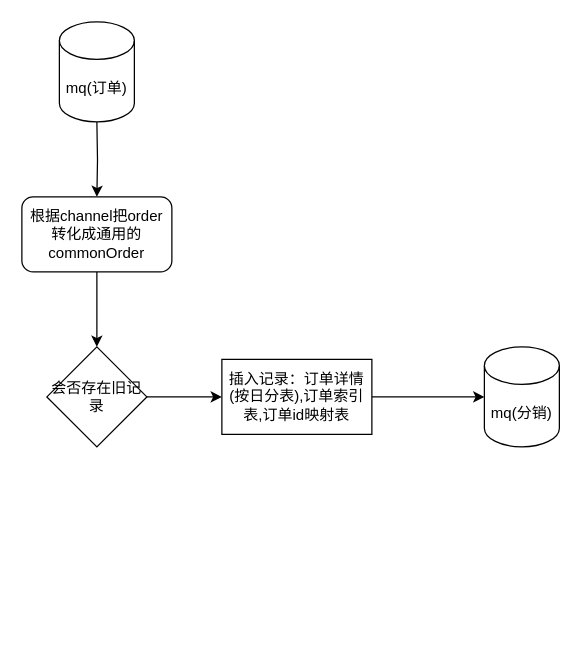
Earlier version of the draw.io diagram miyuan/消费订单.drawio (smallleaf/draw.io). Source tidied: cells renumbered, new cells numbered last; positions are measured from the earlier drawing's top-left corner, leaving out a move shared by most shapes. Both pictures are drawn from the tidied source at 125%, with x=0, y=0 at pixel (21, 21).
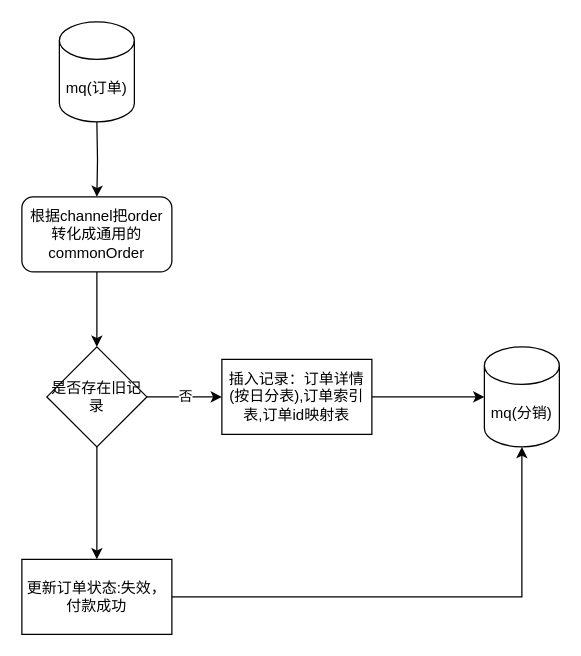
Above is the later version.

Commit message (it also covers changes not shown here):
更新消费订单.drawio

The edit, as a diff of the source:
```diff
@@
 <mxGraphModel>
   <root>
     <mxCell id="0" />
     <mxCell id="1" parent="0" />
     <mxCell id="2" style="edgeStyle=orthogonalEdgeStyle;rounded=0;jettySize=auto;html=1;" parent="1" edge="1" target="4">
       <mxGeometry relative="1" as="geometry">
         <mxPoint x="60" y="80" as="sourcePoint" />
       </mxGeometry>
     </mxCell>
     <mxCell id="3" style="edgeStyle=orthogonalEdgeStyle;rounded=0;jettySize=auto;html=1;" parent="1" edge="1" source="4" target="6">
       <mxGeometry relative="1" as="geometry" />
     </mxCell>
     <mxCell id="4" value="根据channel把order转化成通用的commonOrder" style="rounded=1;whiteSpace=wrap;html=1;" parent="1" vertex="1">
       <mxGeometry y="140" width="120" height="60" as="geometry" />
     </mxCell>
     <mxCell id="5" style="edgeStyle=orthogonalEdgeStyle;rounded=0;jettySize=auto;html=1;" parent="1" edge="1" source="6" target="8">
       <mxGeometry relative="1" as="geometry" />
     </mxCell>
+    <mxCell id="11" value="否" style="edgeLabel;html=1;align=center;verticalAlign=middle;" parent="5" vertex="1">
+      <mxGeometry y="1" relative="1" as="geometry" />
+    </mxCell>
+    <mxCell id="12" style="edgeStyle=orthogonalEdgeStyle;rounded=0;jettySize=auto;html=1;" parent="1" edge="1" source="6" target="13">
+      <mxGeometry relative="1" as="geometry" />
+    </mxCell>
-    <mxCell id="6" value="会否存在旧记录" style="rhombus;whiteSpace=wrap;html=1;" parent="1" vertex="1">
+    <mxCell id="6" value="是否存在旧记录" style="rhombus;whiteSpace=wrap;html=1;" parent="1" vertex="1">
       <mxGeometry x="20" y="260" width="80" height="80" as="geometry" />
     </mxCell>
     <mxCell id="7" style="edgeStyle=orthogonalEdgeStyle;rounded=0;jettySize=auto;html=1;exitX=1;exitY=0.5;exitDx=0;exitDy=0;" parent="1" edge="1" source="8" target="9">
       <mxGeometry relative="1" as="geometry" />
     </mxCell>
     <mxCell id="8" value="插入记录：订单详情(按日分表),订单索引表,订单id映射表" style="whiteSpace=wrap;html=1;" parent="1" vertex="1">
       <mxGeometry x="160" y="270" width="120" height="60" as="geometry" />
     </mxCell>
     <mxCell id="9" value="mq(分销)" style="shape=cylinder3;whiteSpace=wrap;html=1;boundedLbl=1;backgroundOutline=1;size=15;" parent="1" vertex="1">
       <mxGeometry x="370" y="260" width="60" height="80" as="geometry" />
     </mxCell>
     <mxCell id="10" value="mq(订单)" style="shape=cylinder3;whiteSpace=wrap;html=1;boundedLbl=1;backgroundOutline=1;size=15;" parent="1" vertex="1">
       <mxGeometry x="30" width="60" height="80" as="geometry" />
     </mxCell>
+    <mxCell id="13" value="更新订单状态:失效，付款成功" style="whiteSpace=wrap;html=1;" parent="1" vertex="1">
+      <mxGeometry y="430" width="120" height="60" as="geometry" />
+    </mxCell>
+    <mxCell id="14" style="edgeStyle=orthogonalEdgeStyle;rounded=0;jettySize=auto;html=1;exitX=1;exitY=0.5;exitDx=0;exitDy=0;entryX=0.5;entryY=1;entryDx=0;entryDy=0;entryPerimeter=0;" parent="1" edge="1" source="13" target="9">
+      <mxGeometry relative="1" as="geometry" />
+    </mxCell>
   </root>
 </mxGraphModel>
```
